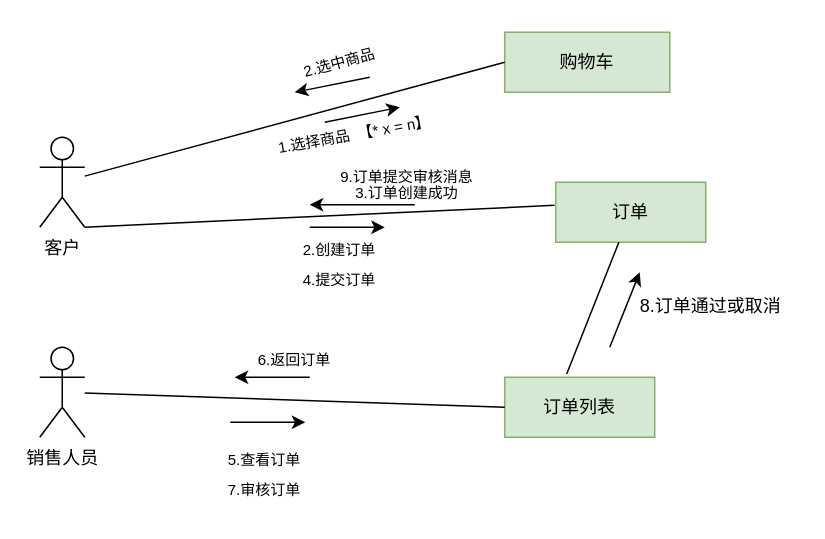
The draw.io diagram 通行图2.drawio in youjizi/images, before the edit. Source tidied: cells renumbered, new cells numbered last; positions are measured from the earlier drawing's top-left corner, leaving out a move shared by most shapes. Both pictures are drawn from the tidied source at 150%, with x=0, y=0 at pixel (39, 32).
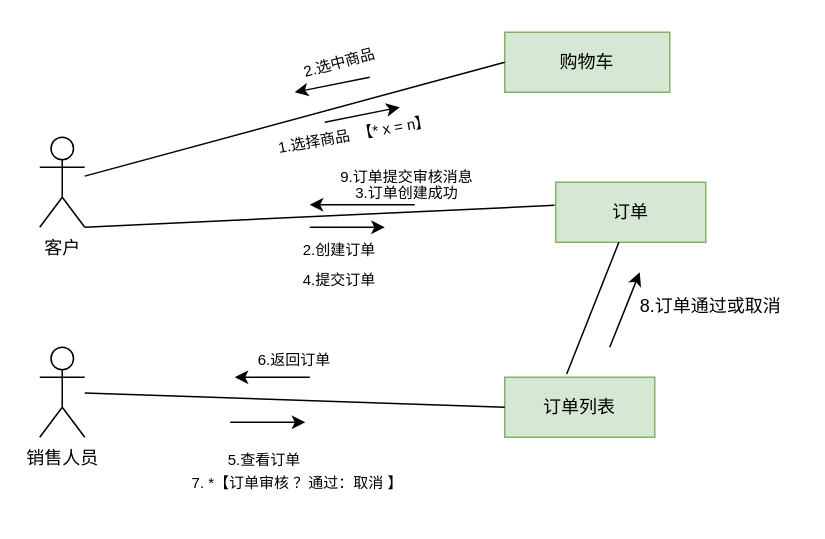
After the change.

Commit message (it also covers changes not shown here):
更新通行图2.drawio

Change to the diagram source:
```diff
@@
-    <mxCell id="23" value="7.审核订单" style="text;align=center;verticalAlign=middle;strokeColor=none;fillColor=none;fontSize=10;rotation=0;" parent="1" vertex="1">
-      <mxGeometry x="110" y="290" width="80" height="30" as="geometry" />
+    <mxCell id="23" value="7. *【订单审核 ？通过：取消 】" style="text;align=center;verticalAlign=middle;strokeColor=none;fillColor=none;fontSize=10;rotation=0;" parent="1" vertex="1">
+      <mxGeometry x="77" y="285" width="190" height="30" as="geometry" />
     </mxCell>
```
